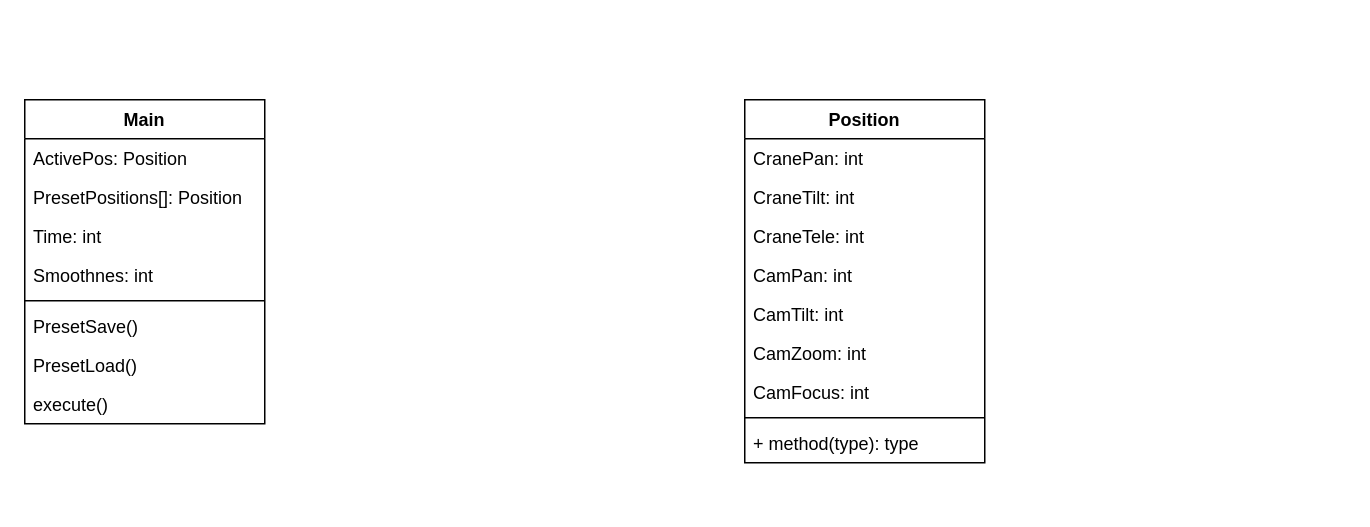
Earlier version of the draw.io diagram Unbenanntes Diagramm.drawio (tlautensc/Kransteuerung). Source tidied: cells renumbered, new cells numbered last; positions are measured from the earlier drawing's top-left corner, leaving out a move shared by most shapes. Both pictures are drawn from the tidied source at 150%, with x=0, y=0 at pixel (24, 99).
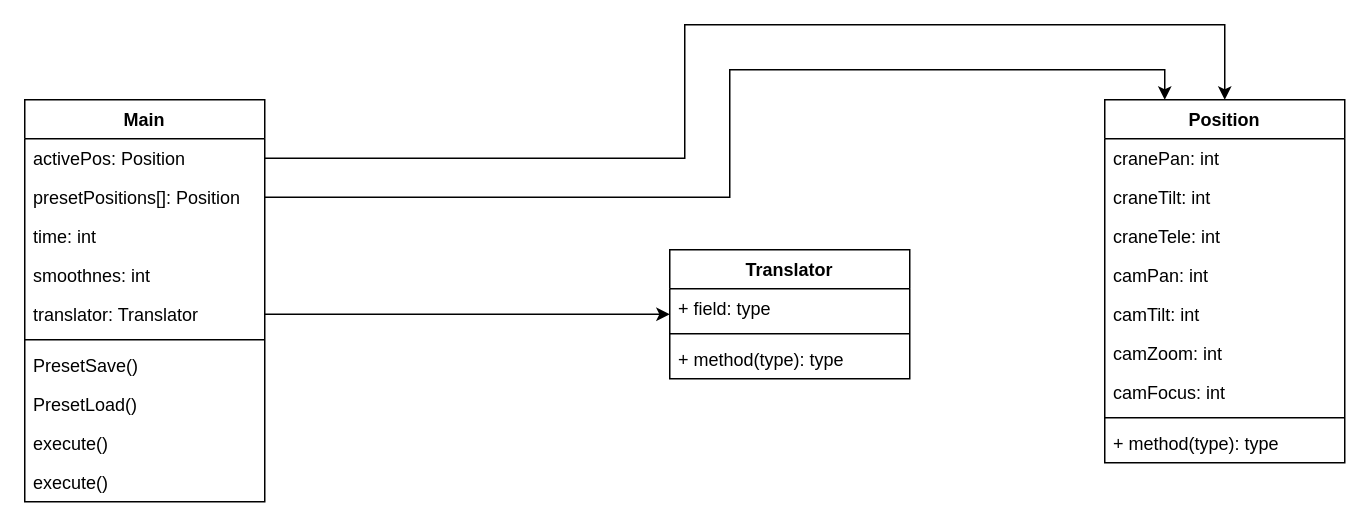
Above is the later version.

Commit message:
Diagramm aktualisiert

Change to the diagram source:
```diff
@@
     <mxCell id="2" value="Position" style="swimlane;fontStyle=1;align=center;verticalAlign=top;horizontal=1;startSize=26;" parent="1" vertex="1">
-      <mxGeometry x="480" width="160" height="242" as="geometry" />
+      <mxGeometry x="720" width="160" height="242" as="geometry" />
     </mxCell>
-    <mxCell id="3" value="CranePan: int" style="text;strokeColor=none;fillColor=none;align=left;verticalAlign=top;spacingLeft=4;spacingRight=4;overflow=hidden;" parent="2" vertex="1">
+    <mxCell id="3" value="cranePan: int" style="text;strokeColor=none;fillColor=none;align=left;verticalAlign=top;spacingLeft=4;spacingRight=4;overflow=hidden;" parent="2" vertex="1">
       <mxGeometry y="26" width="160" height="26" as="geometry" />
     </mxCell>
-    <mxCell id="4" value="CraneTilt: int" style="text;strokeColor=none;fillColor=none;align=left;verticalAlign=top;spacingLeft=4;spacingRight=4;overflow=hidden;" parent="2" vertex="1">
+    <mxCell id="4" value="craneTilt: int" style="text;strokeColor=none;fillColor=none;align=left;verticalAlign=top;spacingLeft=4;spacingRight=4;overflow=hidden;" parent="2" vertex="1">
       <mxGeometry y="52" width="160" height="26" as="geometry" />
     </mxCell>
-    <mxCell id="5" value="CraneTele: int" style="text;strokeColor=none;fillColor=none;align=left;verticalAlign=top;spacingLeft=4;spacingRight=4;overflow=hidden;" parent="2" vertex="1">
+    <mxCell id="5" value="craneTele: int" style="text;strokeColor=none;fillColor=none;align=left;verticalAlign=top;spacingLeft=4;spacingRight=4;overflow=hidden;" parent="2" vertex="1">
       <mxGeometry y="78" width="160" height="26" as="geometry" />
     </mxCell>
-    <mxCell id="6" value="CamPan: int" style="text;strokeColor=none;fillColor=none;align=left;verticalAlign=top;spacingLeft=4;spacingRight=4;overflow=hidden;" parent="2" vertex="1">
+    <mxCell id="6" value="camPan: int" style="text;strokeColor=none;fillColor=none;align=left;verticalAlign=top;spacingLeft=4;spacingRight=4;overflow=hidden;" parent="2" vertex="1">
       <mxGeometry y="104" width="160" height="26" as="geometry" />
     </mxCell>
-    <mxCell id="7" value="CamTilt: int" style="text;strokeColor=none;fillColor=none;align=left;verticalAlign=top;spacingLeft=4;spacingRight=4;overflow=hidden;" parent="2" vertex="1">
+    <mxCell id="7" value="camTilt: int" style="text;strokeColor=none;fillColor=none;align=left;verticalAlign=top;spacingLeft=4;spacingRight=4;overflow=hidden;" parent="2" vertex="1">
       <mxGeometry y="130" width="160" height="26" as="geometry" />
     </mxCell>
-    <mxCell id="8" value="CamZoom: int" style="text;strokeColor=none;fillColor=none;align=left;verticalAlign=top;spacingLeft=4;spacingRight=4;overflow=hidden;" parent="2" vertex="1">
+    <mxCell id="8" value="camZoom: int" style="text;strokeColor=none;fillColor=none;align=left;verticalAlign=top;spacingLeft=4;spacingRight=4;overflow=hidden;" parent="2" vertex="1">
       <mxGeometry y="156" width="160" height="26" as="geometry" />
     </mxCell>
-    <mxCell id="9" value="CamFocus: int" style="text;strokeColor=none;fillColor=none;align=left;verticalAlign=top;spacingLeft=4;spacingRight=4;overflow=hidden;" parent="2" vertex="1">
+    <mxCell id="9" value="camFocus: int" style="text;strokeColor=none;fillColor=none;align=left;verticalAlign=top;spacingLeft=4;spacingRight=4;overflow=hidden;" parent="2" vertex="1">
       <mxGeometry y="182" width="160" height="26" as="geometry" />
     </mxCell>
@@
     <mxCell id="12" value="Main" style="swimlane;fontStyle=1;align=center;verticalAlign=top;horizontal=1;startSize=26;" parent="1" vertex="1">
-      <mxGeometry width="160" height="216" as="geometry" />
+      <mxGeometry width="160" height="268" as="geometry" />
     </mxCell>
-    <mxCell id="13" value="ActivePos: Position" style="text;strokeColor=none;fillColor=none;align=left;verticalAlign=top;spacingLeft=4;spacingRight=4;overflow=hidden;points=[[0,0.5],[1,0.5]];portConstraint=eastwest;" parent="12" vertex="1">
+    <mxCell id="13" value="activePos: Position" style="text;strokeColor=none;fillColor=none;align=left;verticalAlign=top;spacingLeft=4;spacingRight=4;overflow=hidden;points=[[0,0.5],[1,0.5]];portConstraint=eastwest;" parent="12" vertex="1">
       <mxGeometry y="26" width="160" height="26" as="geometry" />
     </mxCell>
-    <mxCell id="14" value="PresetPositions[]: Position" style="text;strokeColor=none;fillColor=none;align=left;verticalAlign=top;spacingLeft=4;spacingRight=4;overflow=hidden;points=[[0,0.5],[1,0.5]];portConstraint=eastwest;" parent="12" vertex="1">
+    <mxCell id="14" value="presetPositions[]: Position" style="text;strokeColor=none;fillColor=none;align=left;verticalAlign=top;spacingLeft=4;spacingRight=4;overflow=hidden;points=[[0,0.5],[1,0.5]];portConstraint=eastwest;" parent="12" vertex="1">
       <mxGeometry y="52" width="160" height="26" as="geometry" />
     </mxCell>
-    <mxCell id="15" value="Time: int" style="text;strokeColor=none;fillColor=none;align=left;verticalAlign=top;spacingLeft=4;spacingRight=4;overflow=hidden;" parent="12" vertex="1">
+    <mxCell id="15" value="time: int" style="text;strokeColor=none;fillColor=none;align=left;verticalAlign=top;spacingLeft=4;spacingRight=4;overflow=hidden;" parent="12" vertex="1">
       <mxGeometry y="78" width="160" height="26" as="geometry" />
     </mxCell>
-    <mxCell id="16" value="Smoothnes: int" style="text;strokeColor=none;fillColor=none;align=left;verticalAlign=top;spacingLeft=4;spacingRight=4;overflow=hidden;" parent="12" vertex="1">
+    <mxCell id="16" value="smoothnes: int" style="text;strokeColor=none;fillColor=none;align=left;verticalAlign=top;spacingLeft=4;spacingRight=4;overflow=hidden;" parent="12" vertex="1">
       <mxGeometry y="104" width="160" height="26" as="geometry" />
     </mxCell>
+    <mxCell id="21" value="translator: Translator" style="text;strokeColor=none;fillColor=none;align=left;verticalAlign=top;spacingLeft=4;spacingRight=4;overflow=hidden;points=[[0,0.5],[1,0.5]];portConstraint=eastwest;" parent="12" vertex="1">
+      <mxGeometry y="130" width="160" height="26" as="geometry" />
+    </mxCell>
     <mxCell id="17" style="line;strokeWidth=1;fillColor=none;align=left;verticalAlign=middle;spacingTop=-1;spacingLeft=3;spacingRight=3;labelPosition=right;strokeColor=inherit;" parent="12" vertex="1">
-      <mxGeometry y="130" width="160" height="8" as="geometry" />
+      <mxGeometry y="156" width="160" height="8" as="geometry" />
     </mxCell>
     <mxCell id="18" value="PresetSave()" style="text;strokeColor=none;fillColor=none;align=left;verticalAlign=top;spacingLeft=4;spacingRight=4;overflow=hidden;" parent="12" vertex="1">
-      <mxGeometry y="138" width="160" height="26" as="geometry" />
+      <mxGeometry y="164" width="160" height="26" as="geometry" />
     </mxCell>
     <mxCell id="19" value="PresetLoad()" style="text;strokeColor=none;fillColor=none;align=left;verticalAlign=top;spacingLeft=4;spacingRight=4;overflow=hidden;" parent="12" vertex="1">
-      <mxGeometry y="164" width="160" height="26" as="geometry" />
+      <mxGeometry y="190" width="160" height="26" as="geometry" />
     </mxCell>
     <mxCell id="20" value="execute()" style="text;strokeColor=none;fillColor=none;align=left;verticalAlign=top;spacingLeft=4;spacingRight=4;overflow=hidden;" parent="12" vertex="1">
-      <mxGeometry y="190" width="160" height="26" as="geometry" />
+      <mxGeometry y="216" width="160" height="26" as="geometry" />
     </mxCell>
+    <mxCell id="22" value="execute()" style="text;strokeColor=none;fillColor=none;align=left;verticalAlign=top;spacingLeft=4;spacingRight=4;overflow=hidden;" parent="12" vertex="1">
+      <mxGeometry y="242" width="160" height="26" as="geometry" />
+    </mxCell>
+    <mxCell id="23" style="edgeStyle=orthogonalEdgeStyle;rounded=0;jettySize=auto;html=1;entryX=0.5;entryY=0;entryDx=0;entryDy=0;" parent="1" edge="1" source="13" target="2">
+      <mxGeometry relative="1" as="geometry">
+        <Array as="points">
+          <mxPoint x="440" y="39" />
+          <mxPoint x="440" y="-50" />
+          <mxPoint x="800" y="-50" />
+        </Array>
+      </mxGeometry>
+    </mxCell>
+    <mxCell id="24" style="edgeStyle=orthogonalEdgeStyle;rounded=0;jettySize=auto;html=1;entryX=0.25;entryY=0;entryDx=0;entryDy=0;" parent="1" edge="1" source="14" target="2">
+      <mxGeometry relative="1" as="geometry">
+        <Array as="points">
+          <mxPoint x="470" y="65" />
+          <mxPoint x="470" y="-20" />
+          <mxPoint x="760" y="-20" />
+        </Array>
+      </mxGeometry>
+    </mxCell>
+    <mxCell id="25" value="Translator" style="swimlane;fontStyle=1;align=center;verticalAlign=top;horizontal=1;startSize=26;" parent="1" vertex="1">
+      <mxGeometry x="430" y="100" width="160" height="86" as="geometry" />
+    </mxCell>
+    <mxCell id="26" value="+ field: type" style="text;strokeColor=none;fillColor=none;align=left;verticalAlign=top;spacingLeft=4;spacingRight=4;overflow=hidden;" parent="25" vertex="1">
+      <mxGeometry y="26" width="160" height="26" as="geometry" />
+    </mxCell>
+    <mxCell id="27" style="line;strokeWidth=1;fillColor=none;align=left;verticalAlign=middle;spacingTop=-1;spacingLeft=3;spacingRight=3;labelPosition=right;strokeColor=inherit;" parent="25" vertex="1">
+      <mxGeometry y="52" width="160" height="8" as="geometry" />
+    </mxCell>
+    <mxCell id="28" value="+ method(type): type" style="text;strokeColor=none;fillColor=none;align=left;verticalAlign=top;spacingLeft=4;spacingRight=4;overflow=hidden;" parent="25" vertex="1">
+      <mxGeometry y="60" width="160" height="26" as="geometry" />
+    </mxCell>
+    <mxCell id="29" style="edgeStyle=orthogonalEdgeStyle;rounded=0;jettySize=auto;html=1;" parent="1" edge="1" source="21" target="25">
+      <mxGeometry relative="1" as="geometry" />
+    </mxCell>
```
